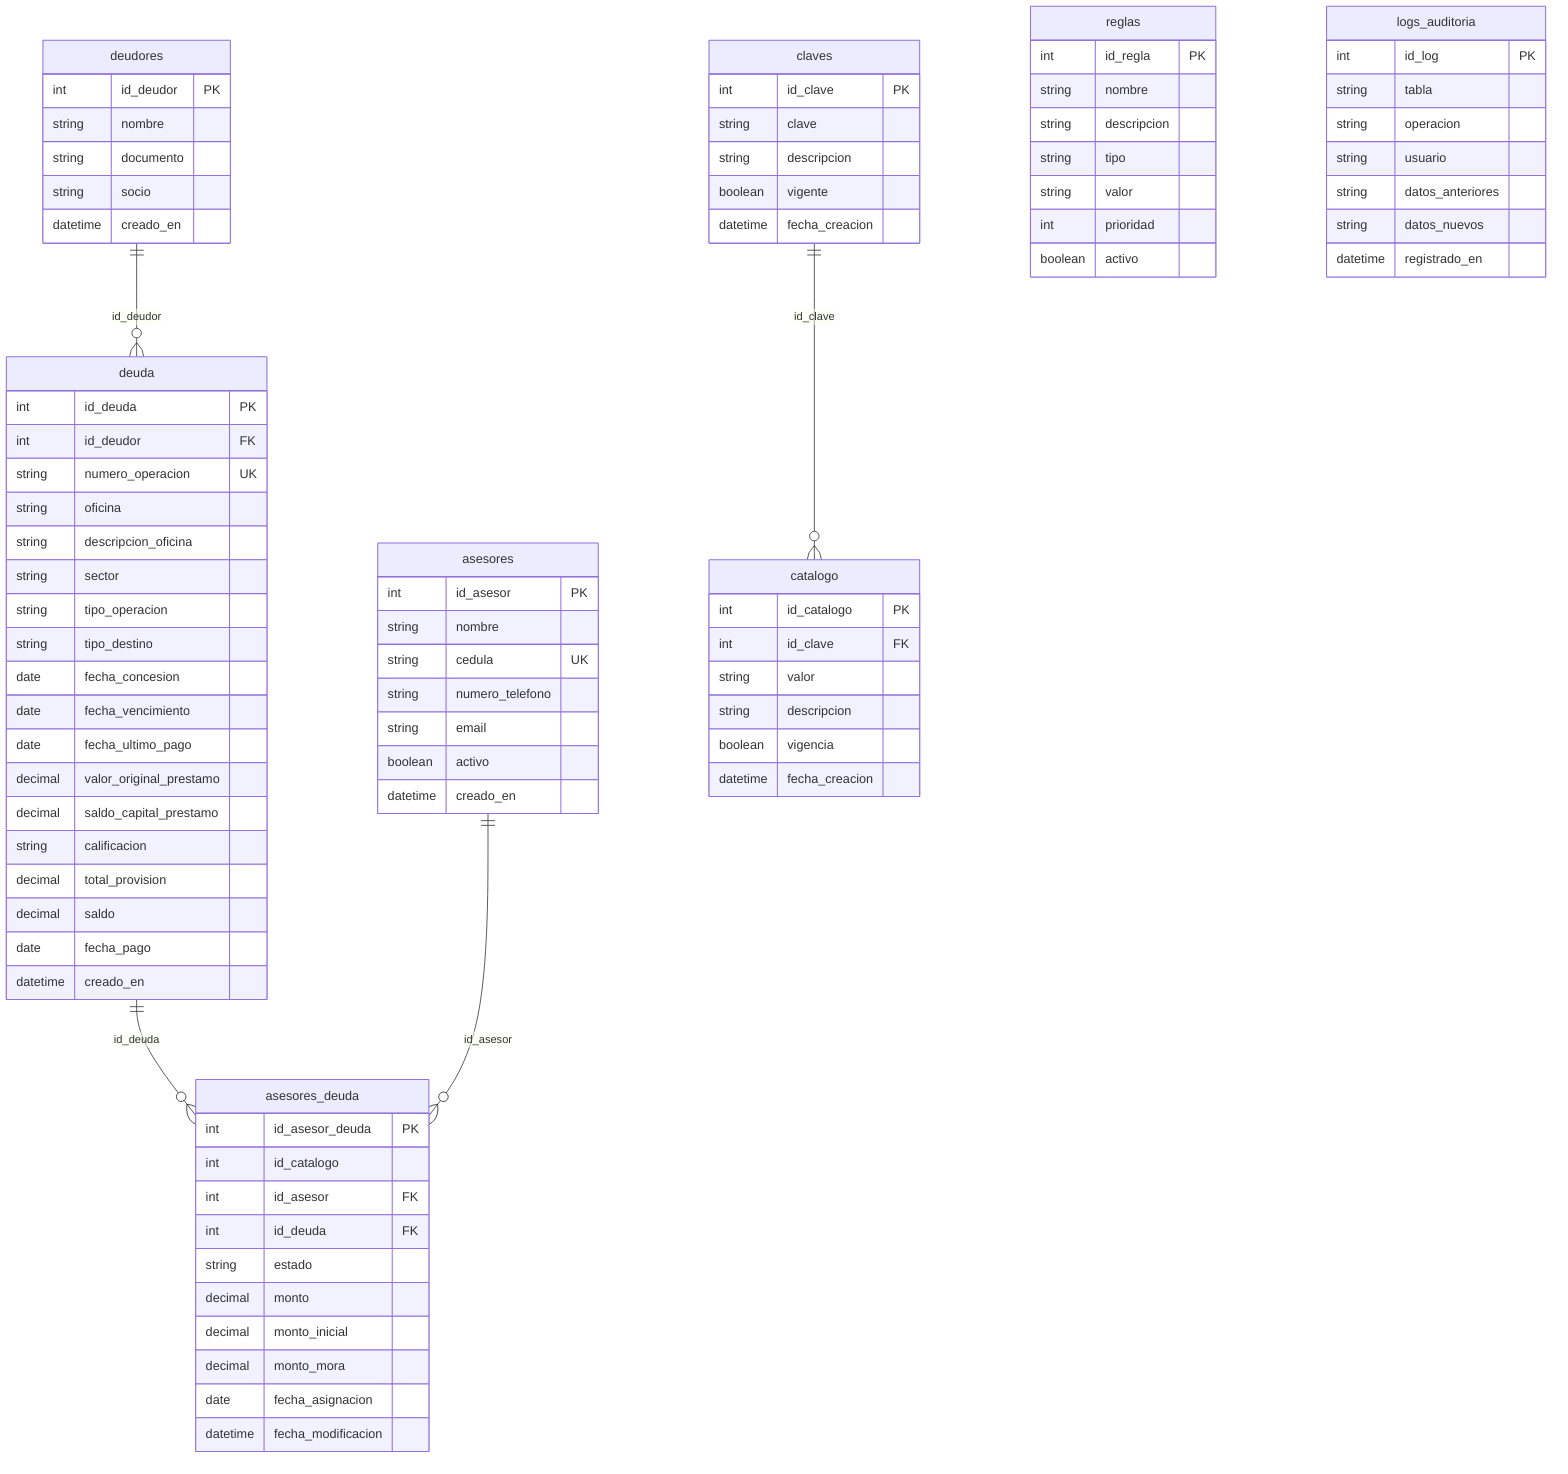
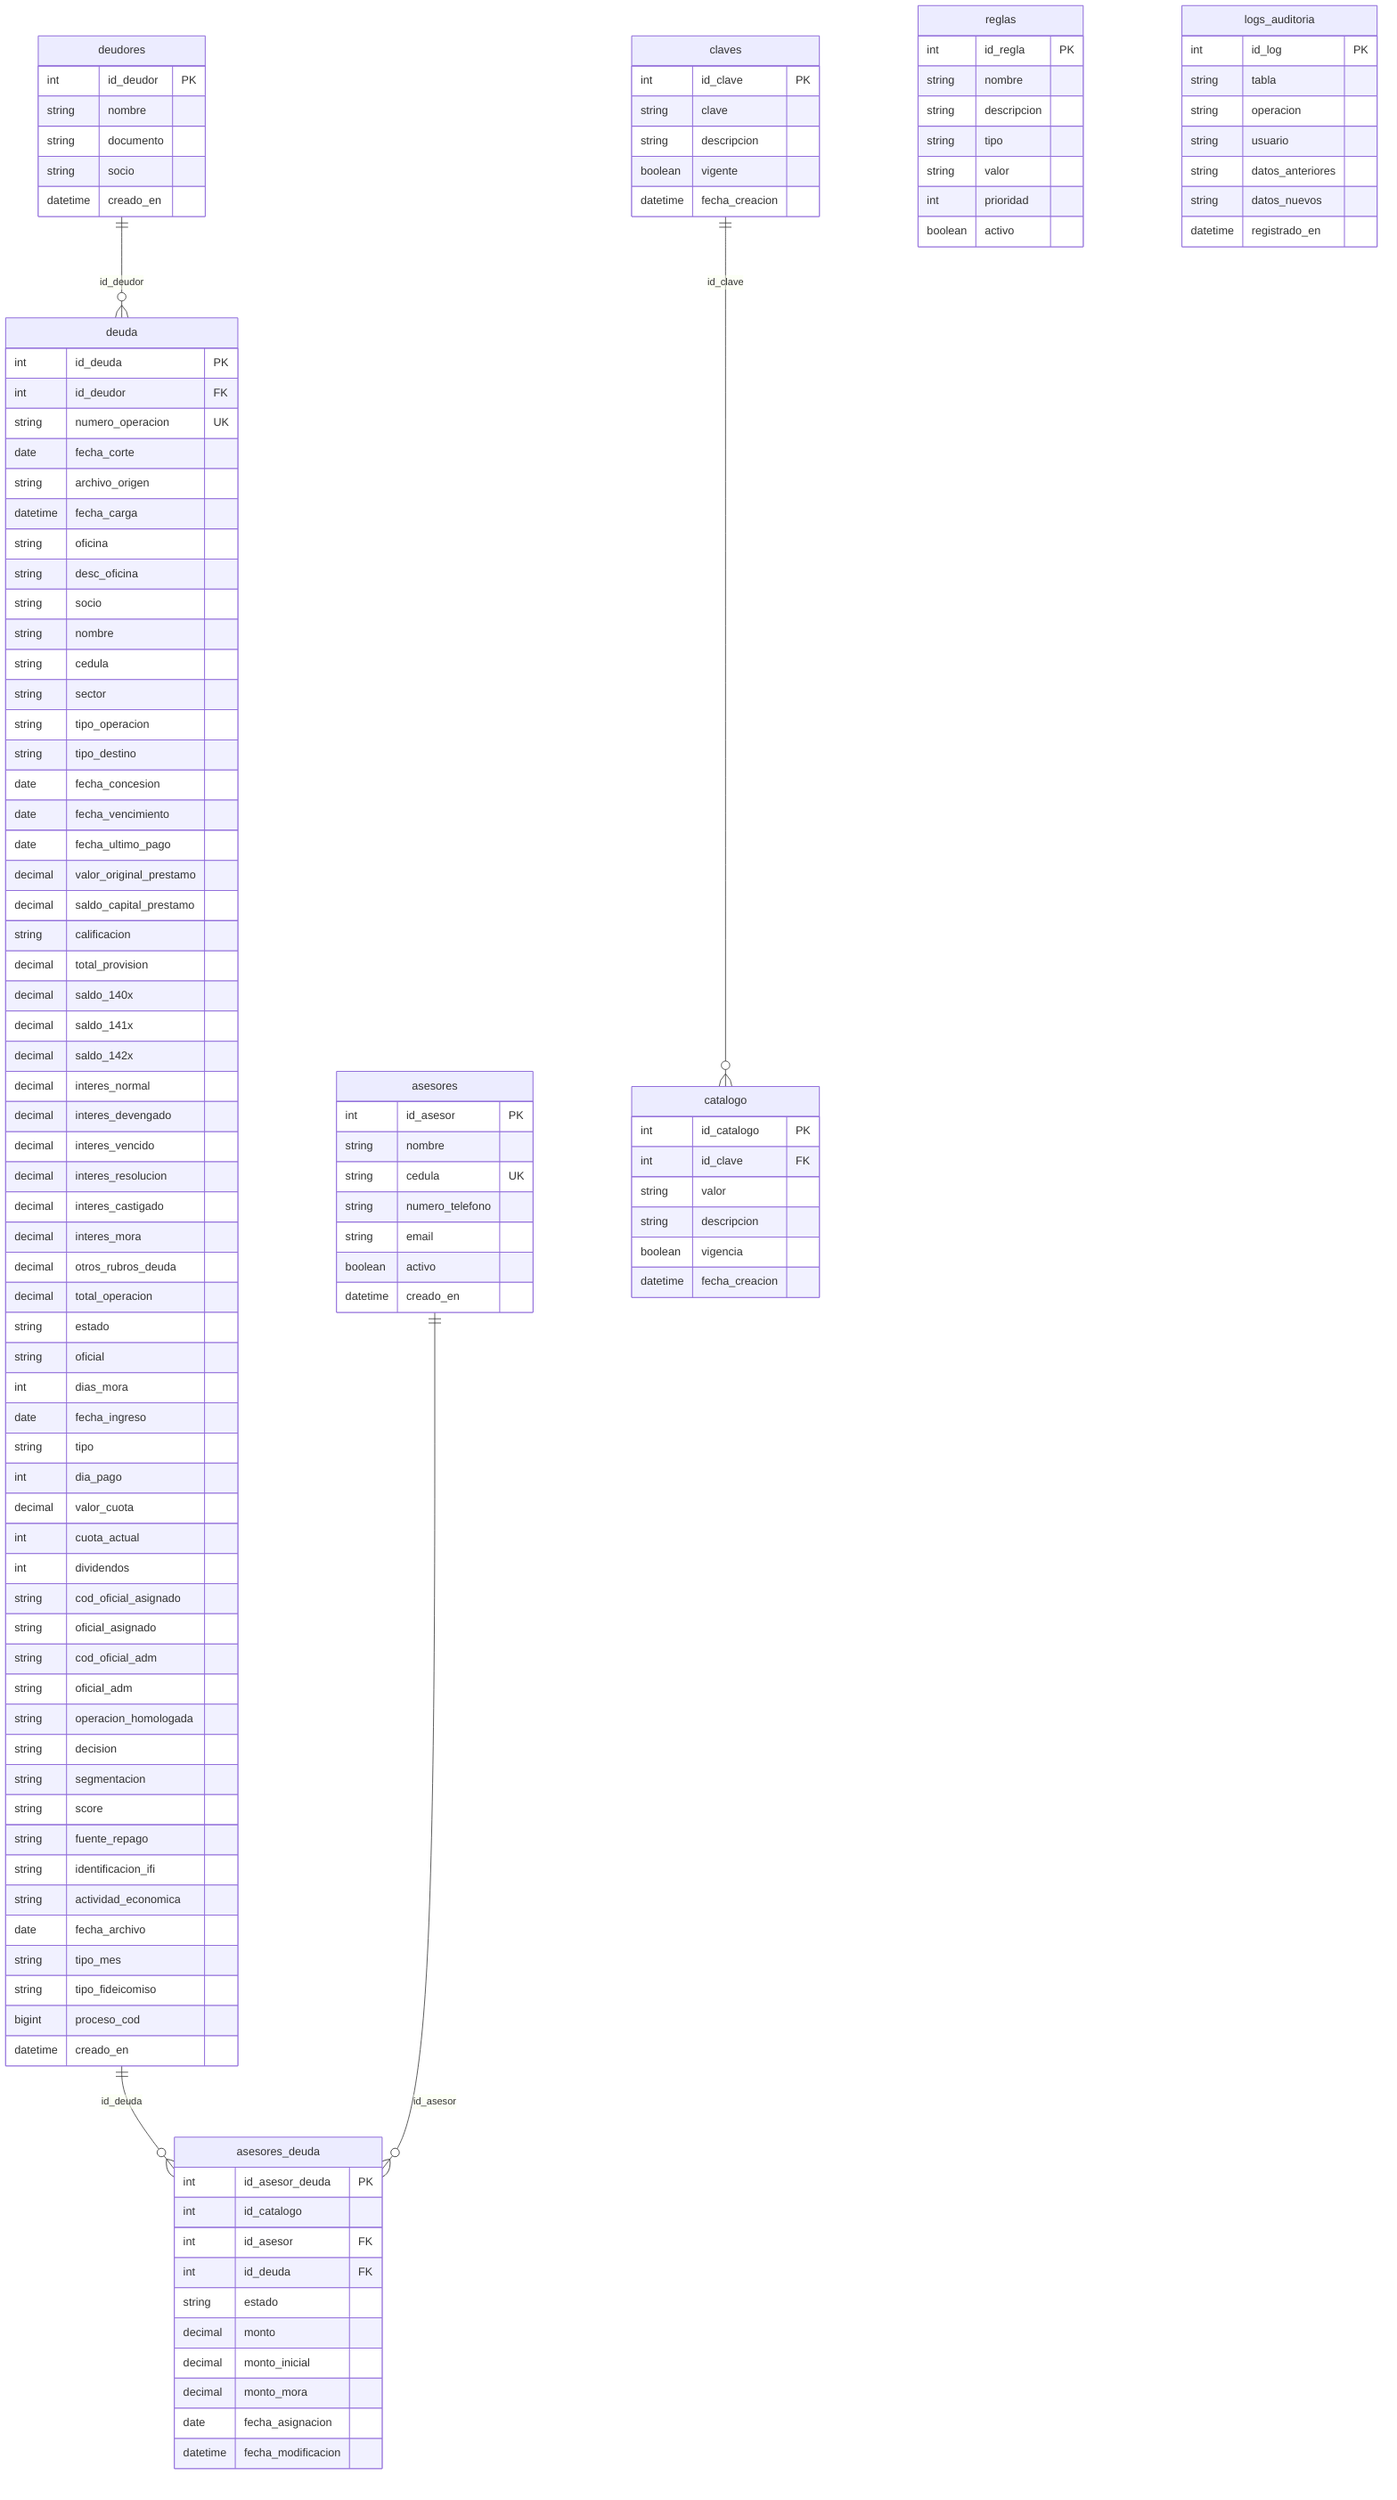
erDiagram
+ 
    deudores ||--o{ deuda : id_deudor
+ 
    deuda ||--o{ asesores_deuda : id_deuda
+ 
    asesores ||--o{ asesores_deuda : id_asesor
+ 
    claves ||--o{ catalogo : id_clave

+ 
+ 
    deudores {
+ 
        int id_deudor PK
-         string nombre
+ 
+         string nombre
+ 
        string documento
+ 
        string socio
+ 
        datetime creado_en
-     }
+ 
+     }
+ 
+ 

    deuda {
+ 
        int id_deuda PK
+ 
        int id_deudor FK
+ 
        string numero_operacion UK
+ 
+         date fecha_corte
+ 
+         string archivo_origen
+ 
+         datetime fecha_carga
+ 
        string oficina
-         string descripcion_oficina
+ 
+         string desc_oficina
+ 
+         string socio
+ 
+         string nombre
+ 
+         string cedula
+ 
        string sector
+ 
        string tipo_operacion
+ 
        string tipo_destino
+ 
        date fecha_concesion
+ 
        date fecha_vencimiento
+ 
        date fecha_ultimo_pago
+ 
        decimal valor_original_prestamo
+ 
        decimal saldo_capital_prestamo
+ 
        string calificacion
+ 
        decimal total_provision
-         decimal saldo
-         date fecha_pago
+ 
+         decimal saldo_140x
+ 
+         decimal saldo_141x
+ 
+         decimal saldo_142x
+ 
+         decimal interes_normal
+ 
+         decimal interes_devengado
+ 
+         decimal interes_vencido
+ 
+         decimal interes_resolucion
+ 
+         decimal interes_castigado
+ 
+         decimal interes_mora
+ 
+         decimal otros_rubros_deuda
+ 
+         decimal total_operacion
+ 
+         string estado
+ 
+         string oficial
+ 
+         int dias_mora
+ 
+         date fecha_ingreso
+ 
+         string tipo
+ 
+         int dia_pago
+ 
+         decimal valor_cuota
+ 
+         int cuota_actual
+ 
+         int dividendos
+ 
+         string cod_oficial_asignado
+ 
+         string oficial_asignado
+ 
+         string cod_oficial_adm
+ 
+         string oficial_adm
+ 
+         string operacion_homologada
+ 
+         string decision
+ 
+         string segmentacion
+ 
+         string score
+ 
+         string fuente_repago
+ 
+         string identificacion_ifi
+ 
+         string actividad_economica
+ 
+         date fecha_archivo
+ 
+         string tipo_mes
+ 
+         string tipo_fideicomiso
+ 
+         bigint proceso_cod
+ 
        datetime creado_en
-     }
+ 
+     }
+ 
+ 

    asesores {
+ 
        int id_asesor PK
-         string nombre
+ 
+         string nombre
+ 
        string cedula UK
+ 
        string numero_telefono
+ 
        string email
+ 
        boolean activo
+ 
        datetime creado_en
-     }
+ 
+     }
+ 
+ 

    asesores_deuda {
+ 
        int id_asesor_deuda PK
+ 
        int id_catalogo
+ 
        int id_asesor FK
+ 
        int id_deuda FK
+ 
        string estado
+ 
        decimal monto
+ 
        decimal monto_inicial
+ 
        decimal monto_mora
+ 
        date fecha_asignacion
+ 
        datetime fecha_modificacion
-     }
+ 
+     }
+ 
+ 

    claves {
+ 
        int id_clave PK
+ 
        string clave
+ 
        string descripcion
+ 
        boolean vigente
+ 
        datetime fecha_creacion
-     }
+ 
+     }
+ 
+ 

    catalogo {
+ 
        int id_catalogo PK
+ 
        int id_clave FK
+ 
        string valor
+ 
        string descripcion
+ 
        boolean vigencia
+ 
        datetime fecha_creacion
-     }
+ 
+     }
+ 
+ 

    reglas {
+ 
        int id_regla PK
-         string nombre
+ 
+         string nombre
+ 
        string descripcion
+ 
        string tipo
+ 
        string valor
+ 
        int prioridad
+ 
        boolean activo
-     }
+ 
+     }
+ 
+ 

    logs_auditoria {
+ 
        int id_log PK
+ 
        string tabla
+ 
        string operacion
+ 
        string usuario
+ 
        string datos_anteriores
+ 
        string datos_nuevos
+ 
        datetime registrado_en
-     }
+ 
+     }
+ 
